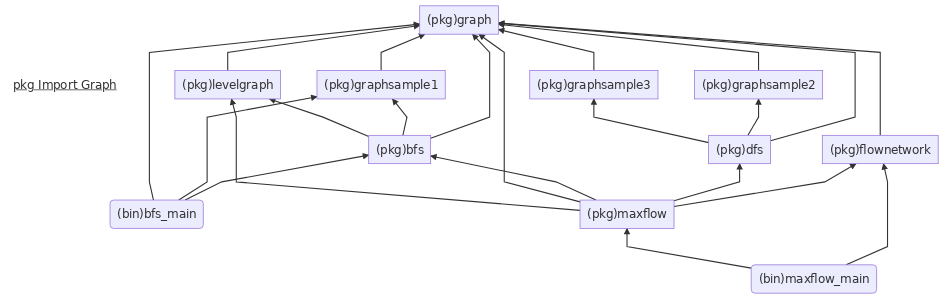
Earlier version of the Mermaid export golang_pkg_import_graph.mmd.png (wangyoucao577/algorithms_practice). Its source is kept beside it as golang_pkg_import_graph.mmd.
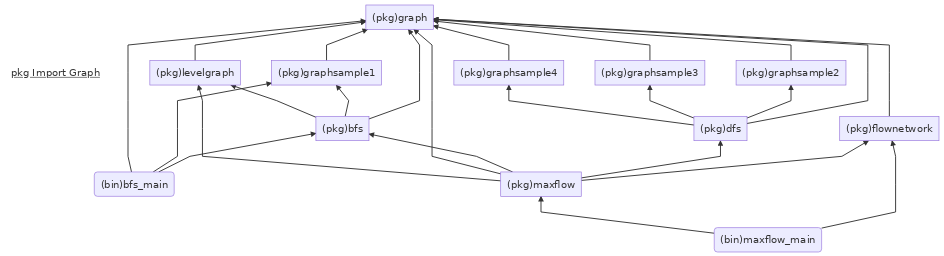
After the commit.

Commit message:
update pkg import graph for strongly connected component

The edit, as a diff of the source:
```diff
@@ -10,6 +10,7 @@
 pkggraphsample1["(pkg)graphsample1"] --> pkggraph["(pkg)graph"]
 pkggraphsample2["(pkg)graphsample2"] --> pkggraph
 pkggraphsample3["(pkg)graphsample3"] --> pkggraph
+pkggraphsample4["(pkg)graphsample4"] --> pkggraph
 
 pkglevelgraph["(pkg)levelgraph"] --> pkggraph
 
@@ -24,6 +25,7 @@
 pkgdfs["(pkg)dfs"] --> pkggraph
 pkgdfs --> pkggraphsample2
 pkgdfs --> pkggraphsample3
+pkgdfs --> pkggraphsample4
 
 pkgflownetwork["(pkg)flownetwork"] --> pkggraph
 
```
